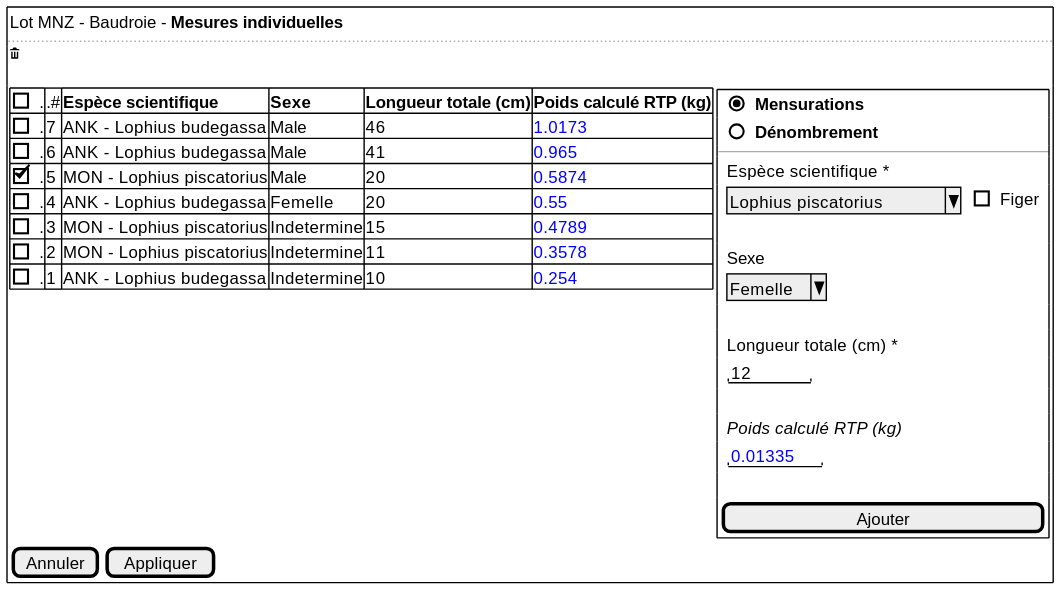
This is projects/common/spe/images/individual-measures.svg from sumaris-net/sumaris-doc, a PlantUML export, as it was before one commit.
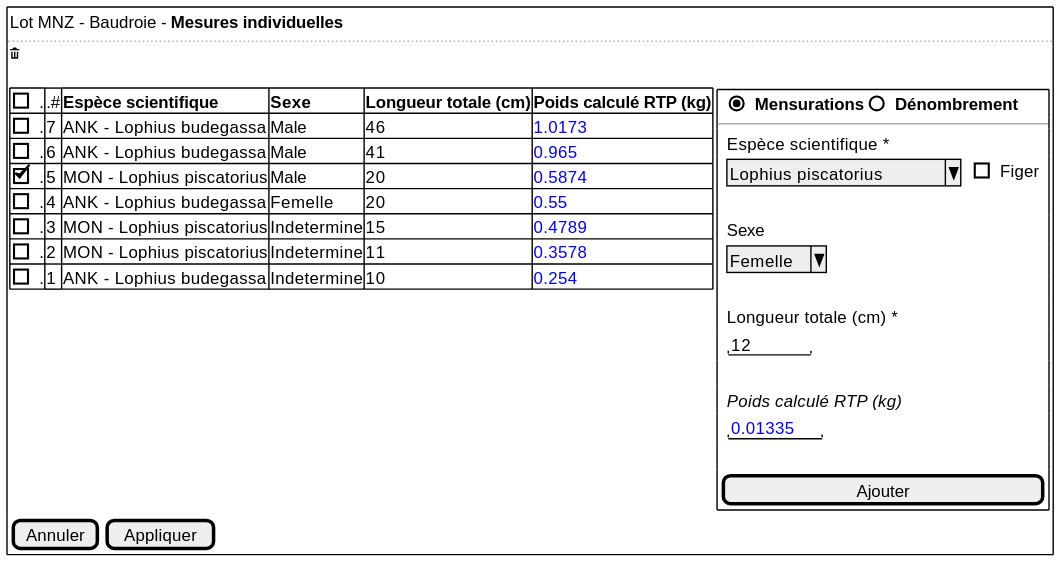
Above is the later version.

Commit message:
[enh] update individual measure screens

What changed in the source:
```diff
@@ -19,8 +19,7 @@
 
     {
       {+
-        { | . | (X)  <b>Mensurations | . }
-        { | . | ()  <b>Dénombrement |  . }
+        { | . | (X)  <b>Mensurations | ()  <b>Dénombrement }
 
         --
         { | . | Espèce scientifique *  | . }
```
